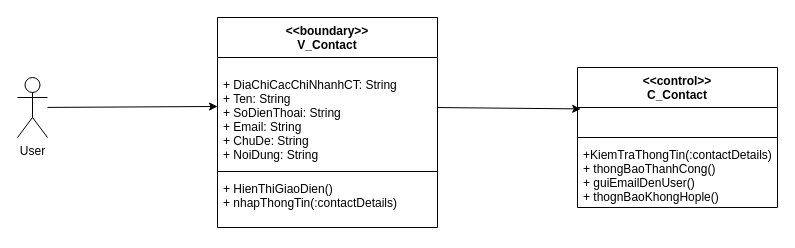
hoangminh15/PTTKHT keeps this draw.io diagram as Lop_tham_gia_Usecase/Duy's ClassUC/GuiYeuCauLienHeNPPClass.drawio. Above is the earlier version. Source tidied: cells renumbered, new cells numbered last; positions are measured from the earlier drawing's top-left corner, leaving out a move shared by most shapes. Both pictures are drawn from the tidied source at 100%, with x=0, y=0 at pixel (17, 17).
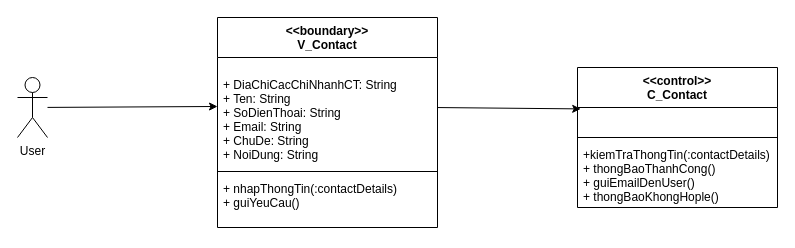
After the change.

What changed in the source:
```diff
@@
 <mxGraphModel>
   <root>
     <mxCell id="0" />
     <mxCell id="1" parent="0" />
     <mxCell id="2" value="User" style="shape=umlActor;verticalLabelPosition=bottom;verticalAlign=top;html=1;outlineConnect=0;" parent="1" vertex="1">
       <mxGeometry y="60" width="30" height="60" as="geometry" />
     </mxCell>
     <mxCell id="3" value="&lt;&lt;boundary&gt;&gt;&#10;V_Contact" style="swimlane;fontStyle=1;align=center;verticalAlign=top;horizontal=1;startSize=40;" parent="1" vertex="1">
       <mxGeometry x="200" width="220" height="210" as="geometry" />
     </mxCell>
     <mxCell id="4" value="&#10;+ DiaChiCacChiNhanhCT: String&#10;+ Ten: String&#10;+ SoDienThoai: String&#10;+ Email: String&#10;+ ChuDe: String&#10;+ NoiDung: String " style="text;strokeColor=none;fillColor=none;align=left;verticalAlign=top;spacingLeft=4;spacingRight=4;overflow=hidden;points=[[0,0.5],[1,0.5]];portConstraint=eastwest;" parent="3" vertex="1">
       <mxGeometry y="40" width="220" height="110" as="geometry" />
     </mxCell>
     <mxCell id="5" style="line;strokeWidth=1;fillColor=none;align=left;verticalAlign=middle;spacingTop=-1;spacingLeft=3;spacingRight=3;labelPosition=right;" parent="3" vertex="1">
       <mxGeometry y="150" width="220" height="8" as="geometry" />
     </mxCell>
-    <mxCell id="6" value="+ HienThiGiaoDien()&#10;+ nhapThongTin(:contactDetails)&#10;" style="text;strokeColor=none;fillColor=none;align=left;verticalAlign=top;spacingLeft=4;spacingRight=4;overflow=hidden;" parent="3" vertex="1">
+    <mxCell id="6" value="+ nhapThongTin(:contactDetails)&#10;+ guiYeuCau()" style="text;strokeColor=none;fillColor=none;align=left;verticalAlign=top;spacingLeft=4;spacingRight=4;overflow=hidden;" parent="3" vertex="1">
       <mxGeometry y="158" width="220" height="52" as="geometry" />
     </mxCell>
     <mxCell id="7" style="endArrow=classic;html=1;entryX=0.016;entryY=0.054;entryDx=0;entryDy=0;entryPerimeter=0;exitX=1;exitY=0.455;exitDx=0;exitDy=0;exitPerimeter=0;" parent="1" edge="1" source="4" target="10">
       <mxGeometry relative="1" as="geometry" />
     </mxCell>
     <mxCell id="8" style="endArrow=classic;html=1;" parent="1" edge="1" source="2">
       <mxGeometry relative="1" as="geometry">
         <mxPoint x="200" y="89" as="targetPoint" />
       </mxGeometry>
     </mxCell>
     <mxCell id="9" value="&lt;&lt;control&gt;&gt;&#10;C_Contact" style="swimlane;fontStyle=1;align=center;verticalAlign=top;horizontal=1;startSize=40;" parent="1" vertex="1">
       <mxGeometry x="560" y="50" width="200" height="140" as="geometry" />
     </mxCell>
     <mxCell id="10" value="   " style="text;strokeColor=none;fillColor=none;align=left;verticalAlign=top;spacingLeft=4;spacingRight=4;overflow=hidden;points=[[0,0.5],[1,0.5]];portConstraint=eastwest;" parent="9" vertex="1">
       <mxGeometry y="40" width="200" height="26" as="geometry" />
     </mxCell>
     <mxCell id="11" style="line;strokeWidth=1;fillColor=none;align=left;verticalAlign=middle;spacingTop=-1;spacingLeft=3;spacingRight=3;labelPosition=right;" parent="9" vertex="1">
       <mxGeometry y="66" width="200" height="8" as="geometry" />
     </mxCell>
-    <mxCell id="12" value="+KiemTraThongTin(:contactDetails)&#10;+ thongBaoThanhCong()&#10;+ guiEmailDenUser()&#10;+ thognBaoKhongHople()" style="text;strokeColor=none;fillColor=none;align=left;verticalAlign=top;spacingLeft=4;spacingRight=4;overflow=hidden;" parent="9" vertex="1">
+    <mxCell id="12" value="+kiemTraThongTin(:contactDetails)&#10;+ thongBaoThanhCong()&#10;+ guiEmailDenUser()&#10;+ thongBaoKhongHople()" style="text;strokeColor=none;fillColor=none;align=left;verticalAlign=top;spacingLeft=4;spacingRight=4;overflow=hidden;" parent="9" vertex="1">
       <mxGeometry y="74" width="200" height="66" as="geometry" />
     </mxCell>
   </root>
 </mxGraphModel>
```
